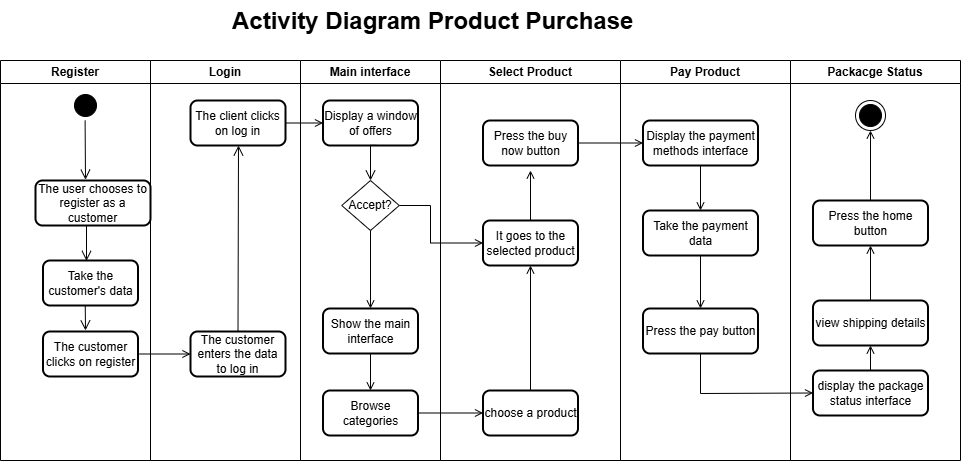
Earlier version of the draw.io export Workshop-2/Activity Diagram2.drawio.png (Jefferson3108/Proyect-POO). Source tidied: cells renumbered, new cells last; positions are measured from the earlier drawing's top-left corner, leaving out a move shared by most shapes.
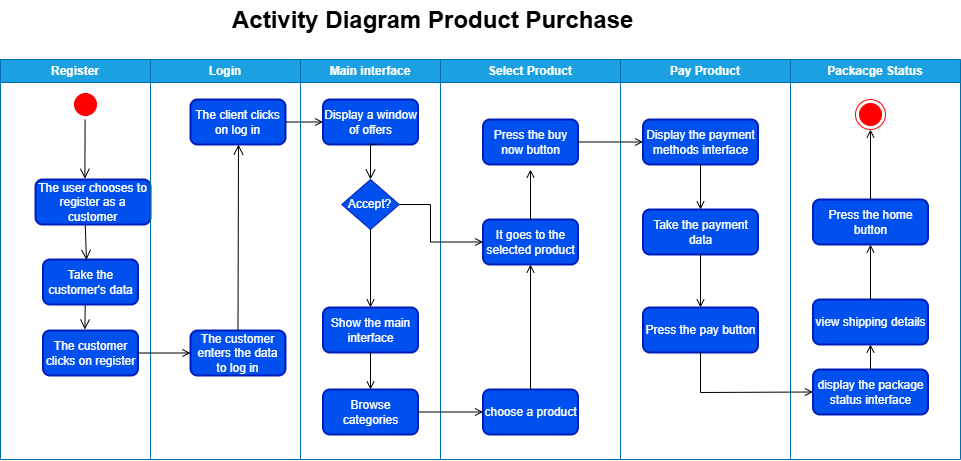
The same file after the commit.

Diff of the diagram source:
```diff
@@ -2,10 +2,10 @@
   <root>
     <mxCell id="0" />
     <mxCell id="1" parent="0" />
-    <mxCell id="2" value="Register" style="swimlane;whiteSpace=wrap;strokeColor=light-dark(#000000,#000000);" parent="1" vertex="1">
+    <mxCell id="2" value="Register" style="swimlane;whiteSpace=wrap;strokeColor=#006EAF;fillColor=#1ba1e2;fontColor=#ffffff;" parent="1" vertex="1">
       <mxGeometry y="60" width="150" height="400" as="geometry" />
     </mxCell>
-    <mxCell id="3" style="ellipse;shape=startState;fillColor=#000000;strokeColor=light-dark(#000000,#FF0000);" parent="2" vertex="1">
+    <mxCell id="3" style="ellipse;shape=startState;fillColor=light-dark(#FF0000,#FF0000);strokeColor=light-dark(#FF0000,#FF0000);fontColor=light-dark(#FF0000,#FF0000);" parent="2" vertex="1">
       <mxGeometry x="70" y="30" width="30" height="30" as="geometry" />
     </mxCell>
     <mxCell id="4" style="edgeStyle=elbowEdgeStyle;elbow=horizontal;verticalAlign=bottom;endArrow=open;endSize=8;strokeColor=light-dark(#000000,#000000);endFill=1;rounded=0;entryX=0.435;entryY=-0.018;entryDx=0;entryDy=0;entryPerimeter=0;" parent="2" edge="1" target="5">
@@ -13,13 +13,13 @@
         <mxPoint x="84.6" y="60" as="sourcePoint" />
       </mxGeometry>
     </mxCell>
-    <mxCell id="5" value="The user chooses to register as a customer" style="rounded=1;whiteSpace=wrap;html=1;absoluteArcSize=1;arcSize=14;strokeWidth=2;" parent="2" vertex="1">
+    <mxCell id="5" value="The user chooses to register as a customer" style="rounded=1;whiteSpace=wrap;html=1;absoluteArcSize=1;arcSize=14;strokeWidth=2;fillColor=#0050ef;fontColor=#ffffff;strokeColor=#001DBC;" parent="2" vertex="1">
       <mxGeometry x="35" y="120" width="115" height="45" as="geometry" />
     </mxCell>
-    <mxCell id="6" value="Take the customer's data" style="rounded=1;whiteSpace=wrap;html=1;absoluteArcSize=1;arcSize=14;strokeWidth=2;" parent="2" vertex="1">
+    <mxCell id="6" value="Take the customer's data" style="rounded=1;whiteSpace=wrap;html=1;absoluteArcSize=1;arcSize=14;strokeWidth=2;fillColor=#0050ef;fontColor=#ffffff;strokeColor=#001DBC;" parent="2" vertex="1">
       <mxGeometry x="42.5" y="200" width="95" height="45" as="geometry" />
     </mxCell>
-    <mxCell id="7" value="The customer clicks on register" style="rounded=1;whiteSpace=wrap;html=1;absoluteArcSize=1;arcSize=14;strokeWidth=2;" parent="2" vertex="1">
+    <mxCell id="7" value="The customer clicks on register" style="rounded=1;whiteSpace=wrap;html=1;absoluteArcSize=1;arcSize=14;strokeWidth=2;fillColor=#0050ef;fontColor=#ffffff;strokeColor=#001DBC;" parent="2" vertex="1">
       <mxGeometry x="42.5" y="271" width="95" height="45" as="geometry" />
     </mxCell>
     <mxCell id="8" style="edgeStyle=elbowEdgeStyle;elbow=horizontal;align=left;verticalAlign=top;endArrow=open;endSize=8;strokeColor=light-dark(#000000,#000000);endFill=1;rounded=0;entryX=0.463;entryY=0.009;entryDx=0;entryDy=0;entryPerimeter=0;" parent="2" edge="1" target="6">
@@ -33,13 +33,13 @@
         <mxPoint x="85" y="270" as="targetPoint" />
       </mxGeometry>
     </mxCell>
-    <mxCell id="10" value="Login" style="swimlane;whiteSpace=wrap;strokeColor=light-dark(#000000,#000000);" parent="1" vertex="1">
+    <mxCell id="10" value="Login" style="swimlane;whiteSpace=wrap;strokeColor=#006EAF;fillColor=#1ba1e2;fontColor=#ffffff;" parent="1" vertex="1">
       <mxGeometry x="150" y="60" width="150" height="400" as="geometry" />
     </mxCell>
-    <mxCell id="11" value="The customer enters the data to log in" style="rounded=1;whiteSpace=wrap;html=1;absoluteArcSize=1;arcSize=14;strokeWidth=2;" parent="10" vertex="1">
+    <mxCell id="11" value="The customer enters the data to log in" style="rounded=1;whiteSpace=wrap;html=1;absoluteArcSize=1;arcSize=14;strokeWidth=2;fillColor=#0050ef;fontColor=#ffffff;strokeColor=#001DBC;" parent="10" vertex="1">
       <mxGeometry x="40" y="271" width="95" height="45" as="geometry" />
     </mxCell>
-    <mxCell id="12" value="The client clicks on log in" style="rounded=1;whiteSpace=wrap;html=1;absoluteArcSize=1;arcSize=14;strokeWidth=2;" parent="10" vertex="1">
+    <mxCell id="12" value="The client clicks on log in" style="rounded=1;whiteSpace=wrap;html=1;absoluteArcSize=1;arcSize=14;strokeWidth=2;fillColor=#0050ef;fontColor=#ffffff;strokeColor=#001DBC;" parent="10" vertex="1">
       <mxGeometry x="40" y="40" width="95" height="45" as="geometry" />
     </mxCell>
     <mxCell id="13" style="edgeStyle=elbowEdgeStyle;elbow=horizontal;align=left;verticalAlign=top;endArrow=open;endSize=8;strokeColor=light-dark(#000000,#000000);endFill=1;rounded=0;exitX=0.5;exitY=0;exitDx=0;exitDy=0;entryX=0.5;entryY=1;entryDx=0;entryDy=0;" parent="10" edge="1" source="11" target="12">
@@ -55,13 +55,13 @@
     <mxCell id="15" value="&lt;h1 style=&quot;margin-top: 0px;&quot;&gt;&lt;font style=&quot;color: light-dark(rgb(0, 0, 0), rgb(0, 0, 0));&quot;&gt;Activity Diagram Product Purchase&lt;/font&gt;&lt;/h1&gt;" style="text;html=1;whiteSpace=wrap;overflow=hidden;rounded=0;" parent="1" vertex="1">
       <mxGeometry x="230" width="440" height="40" as="geometry" />
     </mxCell>
-    <mxCell id="16" value="Main interface" style="swimlane;whiteSpace=wrap;strokeColor=light-dark(#000000,#000000);" parent="1" vertex="1">
+    <mxCell id="16" value="Main interface" style="swimlane;whiteSpace=wrap;strokeColor=#006EAF;fillColor=#1ba1e2;fontColor=#ffffff;" parent="1" vertex="1">
       <mxGeometry x="300" y="60" width="140" height="400" as="geometry" />
     </mxCell>
-    <mxCell id="17" value="Display a window of offers" style="rounded=1;whiteSpace=wrap;html=1;absoluteArcSize=1;arcSize=14;strokeWidth=2;" parent="16" vertex="1">
+    <mxCell id="17" value="Display a window of offers" style="rounded=1;whiteSpace=wrap;html=1;absoluteArcSize=1;arcSize=14;strokeWidth=2;fillColor=#0050ef;fontColor=#ffffff;strokeColor=#001DBC;" parent="16" vertex="1">
       <mxGeometry x="22.5" y="40" width="95" height="45" as="geometry" />
     </mxCell>
-    <mxCell id="18" value="Accept?" style="rhombus;whiteSpace=wrap;html=1;" parent="16" vertex="1">
+    <mxCell id="18" value="Accept?" style="rhombus;whiteSpace=wrap;html=1;fillColor=#0050ef;fontColor=#ffffff;strokeColor=#001DBC;" parent="16" vertex="1">
       <mxGeometry x="41.2" y="120" width="57.5" height="50" as="geometry" />
     </mxCell>
     <mxCell id="19" style="edgeStyle=elbowEdgeStyle;elbow=horizontal;align=left;verticalAlign=top;endArrow=open;endSize=8;strokeColor=light-dark(#000000,#000000);endFill=1;rounded=0;exitX=0.559;exitY=0.996;exitDx=0;exitDy=0;exitPerimeter=0;entryX=0.5;entryY=0;entryDx=0;entryDy=0;" parent="16" edge="1" source="17" target="18">
@@ -71,10 +71,10 @@
         </Array>
       </mxGeometry>
     </mxCell>
-    <mxCell id="20" value="Show the main interface" style="rounded=1;whiteSpace=wrap;html=1;absoluteArcSize=1;arcSize=14;strokeWidth=2;" parent="16" vertex="1">
+    <mxCell id="20" value="Show the main interface" style="rounded=1;whiteSpace=wrap;html=1;absoluteArcSize=1;arcSize=14;strokeWidth=2;fillColor=#0050ef;fontColor=#ffffff;strokeColor=#001DBC;" parent="16" vertex="1">
       <mxGeometry x="22.5" y="248" width="95" height="45" as="geometry" />
     </mxCell>
-    <mxCell id="21" value="Browse categories" style="rounded=1;whiteSpace=wrap;html=1;absoluteArcSize=1;arcSize=14;strokeWidth=2;" parent="16" vertex="1">
+    <mxCell id="21" value="Browse categories" style="rounded=1;whiteSpace=wrap;html=1;absoluteArcSize=1;arcSize=14;strokeWidth=2;fillColor=#0050ef;fontColor=#ffffff;strokeColor=#001DBC;" parent="16" vertex="1">
       <mxGeometry x="22.5" y="330" width="95" height="45" as="geometry" />
     </mxCell>
     <mxCell id="22" style="edgeStyle=none;strokeColor=light-dark(#000000,#000000);endArrow=open;endFill=1;rounded=0;entryX=0.5;entryY=0;entryDx=0;entryDy=0;exitX=0.5;exitY=1;exitDx=0;exitDy=0;" parent="16" edge="1" source="20" target="21">
@@ -83,13 +83,13 @@
     <mxCell id="23" style="edgeStyle=none;strokeColor=light-dark(#000000,#000000);endArrow=open;endFill=1;rounded=0;exitX=0.5;exitY=1;exitDx=0;exitDy=0;entryX=0.5;entryY=0;entryDx=0;entryDy=0;" parent="16" edge="1" source="18" target="20">
       <mxGeometry relative="1" as="geometry" />
     </mxCell>
-    <mxCell id="24" value="Select Product" style="swimlane;whiteSpace=wrap;strokeColor=light-dark(#000000,#000000);" parent="1" vertex="1">
+    <mxCell id="24" value="Select Product" style="swimlane;whiteSpace=wrap;strokeColor=#006EAF;fillColor=#1ba1e2;fontColor=#ffffff;" parent="1" vertex="1">
       <mxGeometry x="440" y="60" width="180" height="400" as="geometry" />
     </mxCell>
-    <mxCell id="25" value="It goes to the selected product" style="rounded=1;whiteSpace=wrap;html=1;absoluteArcSize=1;arcSize=14;strokeWidth=2;" parent="24" vertex="1">
+    <mxCell id="25" value="It goes to the selected product" style="rounded=1;whiteSpace=wrap;html=1;absoluteArcSize=1;arcSize=14;strokeWidth=2;fillColor=#0050ef;fontColor=#ffffff;strokeColor=#001DBC;" parent="24" vertex="1">
       <mxGeometry x="42.5" y="160" width="95" height="45" as="geometry" />
     </mxCell>
-    <mxCell id="26" value="choose a product" style="rounded=1;whiteSpace=wrap;html=1;absoluteArcSize=1;arcSize=14;strokeWidth=2;" parent="24" vertex="1">
+    <mxCell id="26" value="choose a product" style="rounded=1;whiteSpace=wrap;html=1;absoluteArcSize=1;arcSize=14;strokeWidth=2;fillColor=#0050ef;fontColor=#ffffff;strokeColor=#001DBC;" parent="24" vertex="1">
       <mxGeometry x="42.5" y="330" width="95" height="45" as="geometry" />
     </mxCell>
     <mxCell id="27" style="edgeStyle=none;strokeColor=light-dark(#000000,#000000);endArrow=open;endFill=1;rounded=0;entryX=0.5;entryY=1;entryDx=0;entryDy=0;exitX=0.5;exitY=0;exitDx=0;exitDy=0;" parent="24" edge="1" source="26" target="25">
@@ -100,22 +100,22 @@
         <mxPoint x="90" y="110" as="targetPoint" />
       </mxGeometry>
     </mxCell>
-    <mxCell id="29" value="Press the buy now button" style="rounded=1;whiteSpace=wrap;html=1;absoluteArcSize=1;arcSize=14;strokeWidth=2;" parent="24" vertex="1">
+    <mxCell id="29" value="Press the buy now button" style="rounded=1;whiteSpace=wrap;html=1;absoluteArcSize=1;arcSize=14;strokeWidth=2;fillColor=#0050ef;fontColor=#ffffff;strokeColor=#001DBC;" parent="24" vertex="1">
       <mxGeometry x="42.5" y="60" width="95" height="45" as="geometry" />
     </mxCell>
-    <mxCell id="30" value="Pay Product" style="swimlane;whiteSpace=wrap;strokeColor=light-dark(#000000,#000000);" parent="1" vertex="1">
+    <mxCell id="30" value="Pay Product" style="swimlane;whiteSpace=wrap;strokeColor=#006EAF;fillColor=#1ba1e2;fontColor=#ffffff;" parent="1" vertex="1">
       <mxGeometry x="620" y="60" width="170" height="400" as="geometry" />
     </mxCell>
-    <mxCell id="31" value="Display the payment methods interface" style="rounded=1;whiteSpace=wrap;html=1;absoluteArcSize=1;arcSize=14;strokeWidth=2;" parent="30" vertex="1">
+    <mxCell id="31" value="Display the payment methods interface" style="rounded=1;whiteSpace=wrap;html=1;absoluteArcSize=1;arcSize=14;strokeWidth=2;fillColor=#0050ef;fontColor=#ffffff;strokeColor=#001DBC;" parent="30" vertex="1">
       <mxGeometry x="22.5" y="60" width="115" height="45" as="geometry" />
     </mxCell>
-    <mxCell id="32" value="Take the payment data" style="rounded=1;whiteSpace=wrap;html=1;absoluteArcSize=1;arcSize=14;strokeWidth=2;" parent="30" vertex="1">
+    <mxCell id="32" value="Take the payment data" style="rounded=1;whiteSpace=wrap;html=1;absoluteArcSize=1;arcSize=14;strokeWidth=2;fillColor=#0050ef;fontColor=#ffffff;strokeColor=#001DBC;" parent="30" vertex="1">
       <mxGeometry x="22.5" y="150" width="115" height="45" as="geometry" />
     </mxCell>
     <mxCell id="33" style="edgeStyle=none;strokeColor=light-dark(#000000,#000000);endArrow=open;endFill=1;rounded=0;exitX=0.5;exitY=1;exitDx=0;exitDy=0;entryX=0.5;entryY=0;entryDx=0;entryDy=0;" parent="30" edge="1" source="31" target="32">
       <mxGeometry relative="1" as="geometry" />
     </mxCell>
-    <mxCell id="34" value="Press the pay button" style="rounded=1;whiteSpace=wrap;html=1;absoluteArcSize=1;arcSize=14;strokeWidth=2;" parent="30" vertex="1">
+    <mxCell id="34" value="Press the pay button" style="rounded=1;whiteSpace=wrap;html=1;absoluteArcSize=1;arcSize=14;strokeWidth=2;fillColor=#0050ef;fontColor=#ffffff;strokeColor=#001DBC;" parent="30" vertex="1">
       <mxGeometry x="22.5" y="248" width="115" height="45" as="geometry" />
     </mxCell>
     <mxCell id="35" style="edgeStyle=none;strokeColor=light-dark(#000000,#000000);endArrow=open;endFill=1;rounded=0;exitX=0.5;exitY=1;exitDx=0;exitDy=0;entryX=0.5;entryY=0;entryDx=0;entryDy=0;" parent="30" edge="1" source="32" target="34">
@@ -137,22 +137,22 @@
     <mxCell id="39" style="endArrow=open;strokeColor=light-dark(#000000,#000000);endFill=1;rounded=0;exitX=1;exitY=0.5;exitDx=0;exitDy=0;entryX=0;entryY=0.5;entryDx=0;entryDy=0;" parent="1" edge="1" source="7" target="11">
       <mxGeometry relative="1" as="geometry" />
     </mxCell>
-    <mxCell id="40" value="Packacge Status" style="swimlane;whiteSpace=wrap;strokeColor=light-dark(#000000,#000000);" parent="1" vertex="1">
+    <mxCell id="40" value="Packacge Status" style="swimlane;whiteSpace=wrap;strokeColor=#006EAF;fillColor=#1ba1e2;fontColor=#ffffff;" parent="1" vertex="1">
       <mxGeometry x="790" y="60" width="170" height="400" as="geometry" />
     </mxCell>
-    <mxCell id="41" value="Press the home button" style="rounded=1;whiteSpace=wrap;html=1;absoluteArcSize=1;arcSize=14;strokeWidth=2;" parent="40" vertex="1">
+    <mxCell id="41" value="Press the home button" style="rounded=1;whiteSpace=wrap;html=1;absoluteArcSize=1;arcSize=14;strokeWidth=2;fillColor=#0050ef;fontColor=#ffffff;strokeColor=#001DBC;" parent="40" vertex="1">
       <mxGeometry x="22.5" y="140" width="115" height="45" as="geometry" />
     </mxCell>
-    <mxCell id="42" value="view shipping details" style="rounded=1;whiteSpace=wrap;html=1;absoluteArcSize=1;arcSize=14;strokeWidth=2;" parent="40" vertex="1">
+    <mxCell id="42" value="view shipping details" style="rounded=1;whiteSpace=wrap;html=1;absoluteArcSize=1;arcSize=14;strokeWidth=2;fillColor=#0050ef;fontColor=#ffffff;strokeColor=#001DBC;" parent="40" vertex="1">
       <mxGeometry x="22.5" y="240" width="115" height="45" as="geometry" />
     </mxCell>
-    <mxCell id="43" value="display the package status interface" style="rounded=1;whiteSpace=wrap;html=1;absoluteArcSize=1;arcSize=14;strokeWidth=2;" parent="40" vertex="1">
+    <mxCell id="43" value="display the package status interface" style="rounded=1;whiteSpace=wrap;html=1;absoluteArcSize=1;arcSize=14;strokeWidth=2;fillColor=#0050ef;fontColor=#ffffff;strokeColor=#001DBC;" parent="40" vertex="1">
       <mxGeometry x="22.5" y="310" width="115" height="45" as="geometry" />
     </mxCell>
     <mxCell id="44" style="edgeStyle=none;strokeColor=light-dark(#000000,#000000);endArrow=open;endFill=1;rounded=0;entryX=0.5;entryY=1;entryDx=0;entryDy=0;" parent="40" edge="1" source="43" target="42">
       <mxGeometry relative="1" as="geometry" />
     </mxCell>
-    <mxCell id="45" style="ellipse;shape=endState;fillColor=#000000;strokeColor=light-dark(#000000,#FF0000);" parent="40" vertex="1">
+    <mxCell id="45" style="ellipse;shape=endState;fillColor=light-dark(#FF0000,#FF0000);strokeColor=light-dark(#FF0000,#FF0000);" parent="40" vertex="1">
       <mxGeometry x="65" y="40" width="30" height="30" as="geometry" />
     </mxCell>
     <mxCell id="46" style="endArrow=open;strokeColor=light-dark(#000000,#000000);endFill=1;rounded=0;exitX=0.5;exitY=0;exitDx=0;exitDy=0;" parent="40" edge="1" source="41" target="45">
```
